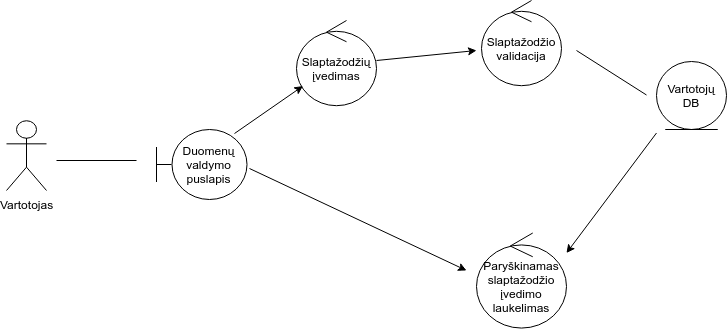
This is img/slaptazodis.png from ievavizg/PSI, a draw.io export, as it was before one commit. Source tidied: cells renumbered, new cells last; positions are measured from the earlier drawing's top-left corner, leaving out a move shared by most shapes.
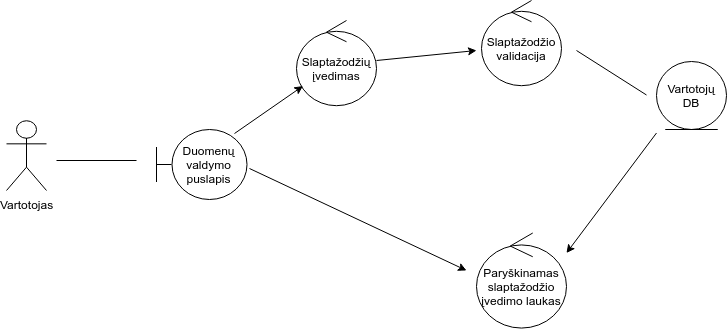
After the change.

What changed in the source:
```diff
@@ -37,7 +37,7 @@
         <mxPoint x="560" y="252.5" as="targetPoint" />
       </mxGeometry>
     </mxCell>
-    <mxCell id="10" value="Paryškinamas slaptažodžio įvedimo laukelimas" style="ellipse;shape=umlControl;whiteSpace=wrap;html=1;" parent="1" vertex="1">
+    <mxCell id="10" value="Paryškinamas slaptažodžio įvedimo laukas" style="ellipse;shape=umlControl;whiteSpace=wrap;html=1;" parent="1" vertex="1">
       <mxGeometry x="470" y="232.5" width="90" height="95" as="geometry" />
     </mxCell>
     <mxCell id="11" style="endArrow=classic;html=1;exitX=1.033;exitY=0.557;exitDx=0;exitDy=0;exitPerimeter=0;" parent="1" edge="1" source="3">
```
